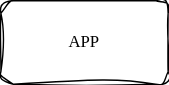
fox-zhw/UML keeps this draw.io diagram as SGM_arch.drawio.svg. Above is the earlier version. Source tidied: cells renumbered, new cells last; positions are measured from the earlier drawing's top-left corner, leaving out a move shared by most shapes.
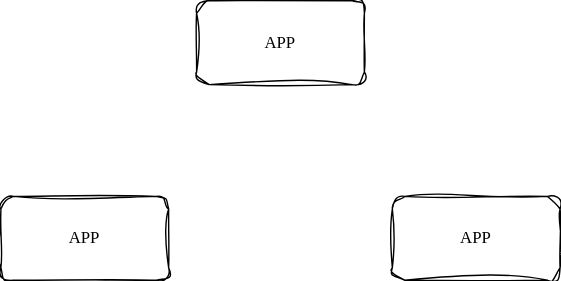
Above is the later version.

The edit, as a diff of the source:
```diff
@@ -5,5 +5,11 @@
     <mxCell id="2" value="APP" style="rounded=1;whiteSpace=wrap;html=1;sketch=1;hachureGap=4;jiggle=2;curveFitting=1;fontFamily=Architects Daughter;fontSource=https%3A%2F%2Ffonts.googleapis.com%2Fcss%3Ffamily%3DArchitects%2BDaughter;" parent="1" vertex="1">
       <mxGeometry width="120" height="60" as="geometry" />
     </mxCell>
+    <mxCell id="3" value="APP" style="rounded=1;whiteSpace=wrap;html=1;sketch=1;hachureGap=4;jiggle=2;curveFitting=1;fontFamily=Architects Daughter;fontSource=https%3A%2F%2Ffonts.googleapis.com%2Fcss%3Ffamily%3DArchitects%2BDaughter;" parent="1" vertex="1">
+      <mxGeometry x="-140" y="140" width="120" height="60" as="geometry" />
+    </mxCell>
+    <mxCell id="4" value="APP" style="rounded=1;whiteSpace=wrap;html=1;sketch=1;hachureGap=4;jiggle=2;curveFitting=1;fontFamily=Architects Daughter;fontSource=https%3A%2F%2Ffonts.googleapis.com%2Fcss%3Ffamily%3DArchitects%2BDaughter;" parent="1" vertex="1">
+      <mxGeometry x="140" y="140" width="120" height="60" as="geometry" />
+    </mxCell>
   </root>
 </mxGraphModel>
```
